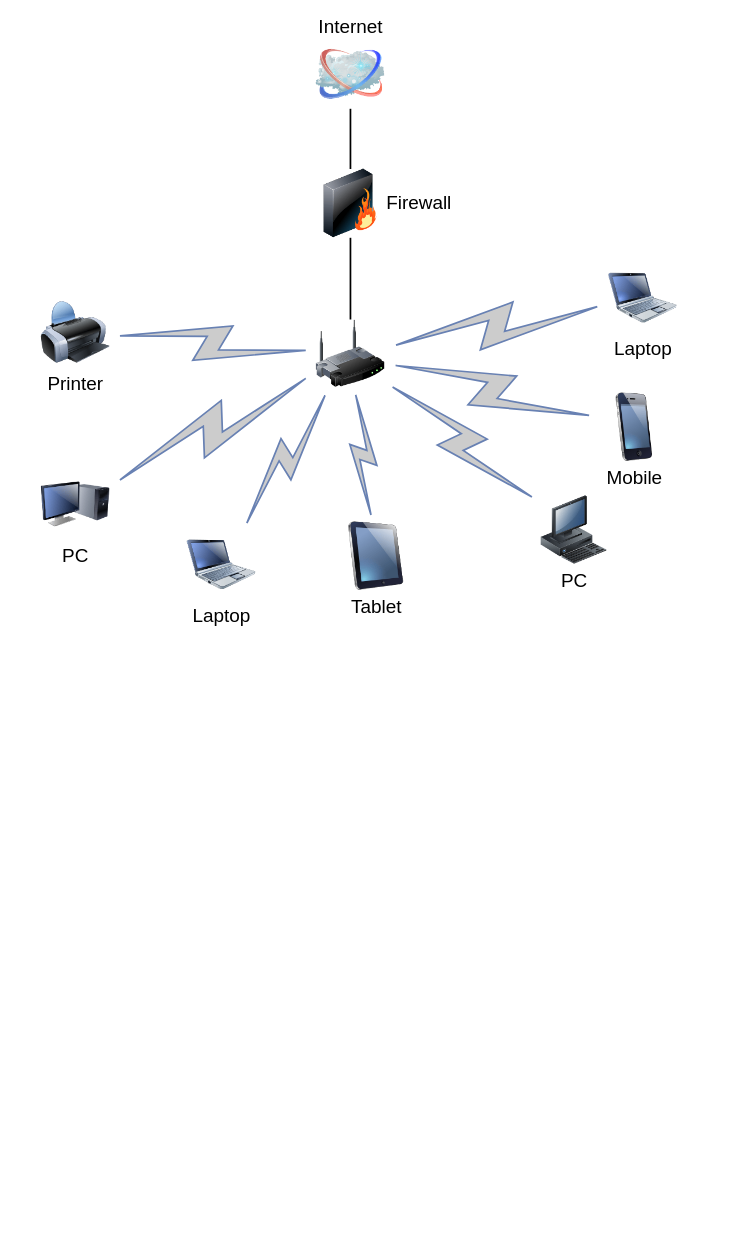
omkardai/omkardai keeps this draw.io diagram as Untitled Diagram.drawio. Above is the earlier version. Source tidied: cells renumbered, new cells numbered last; positions are measured from the earlier drawing's top-left corner, leaving out a move shared by most shapes. Both pictures are drawn from the tidied source at 86%, with x=0, y=0 at pixel (40, 40).
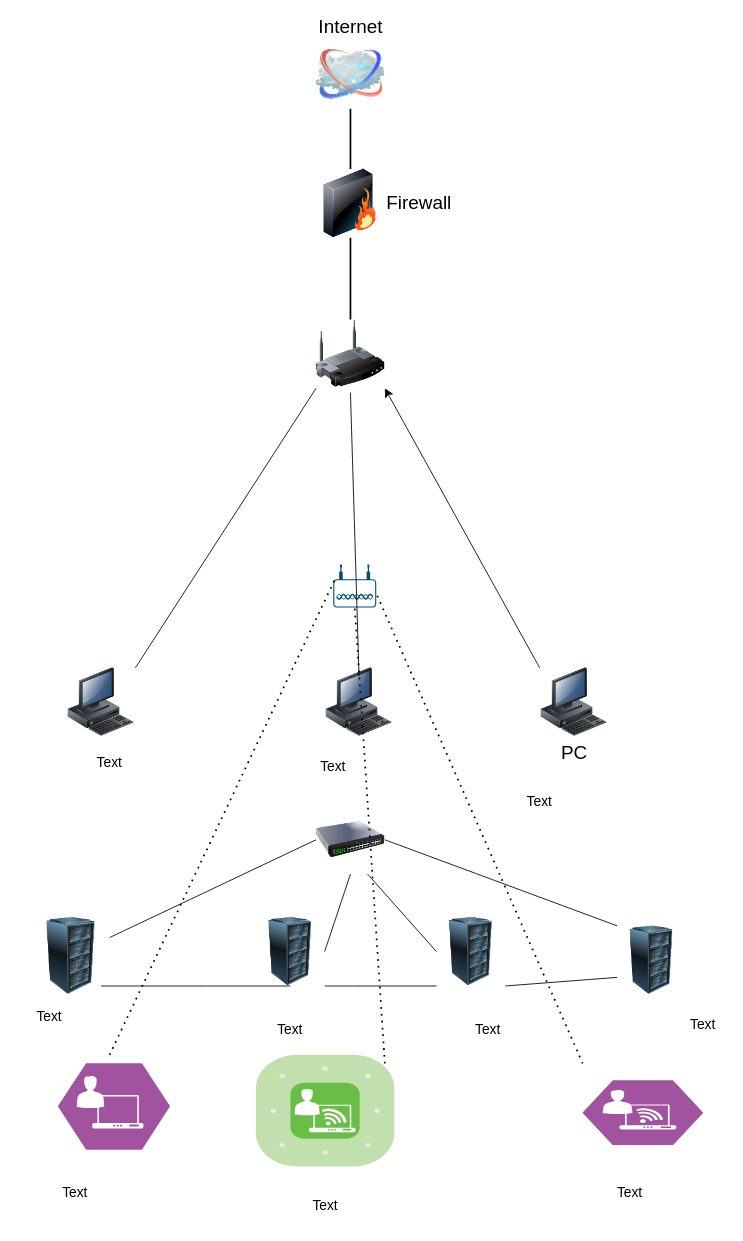
Above is the later version.

The change refers to these unchanged cells:
```xml
<mxCell id="3" style="image;html=1;labelBackgroundColor=#ffffff;image=img/lib/clip_art/networking/Wireless_Router_128x128.png;rounded=1;shadow=0;comic=0;strokeWidth=2;fontSize=22;" parent="1" vertex="1">
  <mxGeometry x="320" y="325" width="80" height="80" as="geometry" />
</mxCell>
```

What changed in the source:
```diff
@@
-    <mxCell id="7" value="Tablet" style="image;html=1;labelBackgroundColor=#ffffff;image=img/lib/clip_art/computers/iPad_128x128.png;rounded=1;shadow=0;comic=0;strokeWidth=2;fontSize=22;" parent="1" vertex="1">
-      <mxGeometry x="350" y="560" width="80" height="80" as="geometry" />
-    </mxCell>
-    <mxCell id="8" value="PC" style="image;html=1;labelBackgroundColor=#ffffff;image=img/lib/clip_art/computers/Monitor_Tower_128x128.png;rounded=1;shadow=0;comic=0;strokeWidth=2;fontSize=22;" parent="1" vertex="1">
-      <mxGeometry y="500" width="80" height="80" as="geometry" />
-    </mxCell>
-    <mxCell id="9" value="Printer" style="image;html=1;labelBackgroundColor=#ffffff;image=img/lib/clip_art/computers/Printer_128x128.png;rounded=1;shadow=0;comic=0;strokeWidth=2;fontSize=22;" parent="1" vertex="1">
-      <mxGeometry y="300" width="80" height="80" as="geometry" />
-    </mxCell>
     <mxCell id="10" value="PC" style="image;html=1;labelBackgroundColor=#ffffff;image=img/lib/clip_art/computers/Workstation_128x128.png;rounded=1;shadow=0;comic=0;strokeWidth=2;fontSize=22;" parent="1" vertex="1">
-      <mxGeometry x="580" y="530" width="80" height="80" as="geometry" />
+      <mxGeometry x="580" y="730" width="80" height="80" as="geometry" />
     </mxCell>
-    <mxCell id="11" value="Mobile" style="image;html=1;labelBackgroundColor=#ffffff;image=img/lib/clip_art/telecommunication/iPhone_128x128.png;rounded=1;shadow=0;comic=0;strokeWidth=2;fontSize=22;" parent="1" vertex="1">
-      <mxGeometry x="650" y="410" width="80" height="80" as="geometry" />
-    </mxCell>
-    <mxCell id="12" value="Laptop" style="image;html=1;labelBackgroundColor=#ffffff;image=img/lib/clip_art/computers/Netbook_128x128.png;rounded=1;shadow=0;comic=0;strokeColor=#000000;strokeWidth=2;fillColor=#FFFFFF;fontSize=22;fontColor=#000000;" parent="1" vertex="1">
-      <mxGeometry x="660" y="260" width="80" height="80" as="geometry" />
-    </mxCell>
-    <mxCell id="13" value="Laptop" style="image;html=1;labelBackgroundColor=#ffffff;image=img/lib/clip_art/computers/Netbook_128x128.png;rounded=1;shadow=0;comic=0;strokeWidth=2;fontSize=22;" parent="1" vertex="1">
-      <mxGeometry x="170" y="570" width="80" height="80" as="geometry" />
-    </mxCell>
-    <mxCell id="14" style="html=1;fillColor=#CCCCCC;strokeColor=#6881B3;gradientColor=none;gradientDirection=north;strokeWidth=2;shape=mxgraph.networks.comm_link_edge;html=1;labelBackgroundColor=none;endArrow=none;fontFamily=Verdana;fontSize=22;fontColor=#000000;" parent="1" edge="1" source="9" target="3">
-      <mxGeometry relative="1" as="geometry" />
-    </mxCell>
-    <mxCell id="15" style="html=1;fillColor=#CCCCCC;strokeColor=#6881B3;gradientColor=none;gradientDirection=north;strokeWidth=2;shape=mxgraph.networks.comm_link_edge;html=1;labelBackgroundColor=none;endArrow=none;fontFamily=Verdana;fontSize=22;fontColor=#000000;fontStyle=1;" parent="1" edge="1" source="8" target="3">
-      <mxGeometry relative="1" as="geometry" />
-    </mxCell>
-    <mxCell id="16" style="html=1;fillColor=#CCCCCC;strokeColor=#6881B3;gradientColor=none;gradientDirection=north;strokeWidth=2;shape=mxgraph.networks.comm_link_edge;html=1;labelBackgroundColor=none;endArrow=none;fontFamily=Verdana;fontSize=22;fontColor=#000000;" parent="1" edge="1" source="13" target="3">
-      <mxGeometry relative="1" as="geometry" />
-    </mxCell>
-    <mxCell id="17" style="html=1;fillColor=#CCCCCC;strokeColor=#6881B3;gradientColor=none;gradientDirection=north;strokeWidth=2;shape=mxgraph.networks.comm_link_edge;html=1;labelBackgroundColor=none;endArrow=none;fontFamily=Verdana;fontSize=22;fontColor=#000000;" parent="1" edge="1" source="7" target="3">
-      <mxGeometry relative="1" as="geometry" />
-    </mxCell>
+    <mxCell id="21" style="image;html=1;image=img/lib/clip_art/networking/Switch_128x128.png;" parent="1" vertex="1">
+      <mxGeometry x="320" y="890" width="80" height="80" as="geometry" />
+    </mxCell>
+    <mxCell id="22" style="image;html=1;image=img/lib/clip_art/computers/Server_Rack_128x128.png;" parent="1" vertex="1">
+      <mxGeometry x="-10" y="1020" width="90" height="90" as="geometry" />
+    </mxCell>
+    <mxCell id="23" style="image;html=1;image=img/lib/clip_art/computers/Server_Rack_128x128.png;" parent="1" vertex="1">
+      <mxGeometry x="250" y="1020" width="80" height="80" as="geometry" />
+    </mxCell>
+    <mxCell id="24" style="image;html=1;image=img/lib/clip_art/computers/Server_Rack_128x128.png;" parent="1" vertex="1">
+      <mxGeometry x="460" y="1020" width="80" height="80" as="geometry" />
+    </mxCell>
-    <mxCell id="18" style="html=1;fillColor=#CCCCCC;strokeColor=#6881B3;gradientColor=none;gradientDirection=north;strokeWidth=2;shape=mxgraph.networks.comm_link_edge;html=1;labelBackgroundColor=none;endArrow=none;fontFamily=Verdana;fontSize=22;fontColor=#000000;" parent="1" edge="1" source="10" target="3">
+    <mxCell id="18" style="edgeStyle=none;curved=1;rounded=0;jettySize=auto;html=1;exitX=0;exitY=0;exitDx=0;exitDy=0;entryX=1;entryY=1;entryDx=0;entryDy=0;fontSize=12;startSize=8;endSize=8;" parent="1" edge="1" source="10" target="3">
       <mxGeometry relative="1" as="geometry" />
     </mxCell>
-    <mxCell id="19" style="html=1;fillColor=#CCCCCC;strokeColor=#6881B3;gradientColor=none;gradientDirection=north;strokeWidth=2;shape=mxgraph.networks.comm_link_edge;html=1;labelBackgroundColor=none;endArrow=none;fontFamily=Verdana;fontSize=22;fontColor=#000000;" parent="1" edge="1" source="11" target="3">
-      <mxGeometry relative="1" as="geometry" />
-    </mxCell>
-    <mxCell id="20" style="html=1;fillColor=#CCCCCC;strokeColor=#6881B3;gradientColor=none;gradientDirection=north;strokeWidth=2;shape=mxgraph.networks.comm_link_edge;html=1;labelBackgroundColor=none;endArrow=none;fontFamily=Verdana;fontSize=22;fontColor=#000000;" parent="1" edge="1" source="12" target="3">
-      <mxGeometry relative="1" as="geometry" />
-    </mxCell>
+    <mxCell id="25" style="image;html=1;image=img/lib/clip_art/computers/Server_Rack_128x128.png;" parent="1" vertex="1">
+      <mxGeometry x="670" y="1030" width="80" height="80" as="geometry" />
+    </mxCell>
+    <mxCell id="26" style="image;html=1;image=img/lib/clip_art/computers/Workstation_128x128.png;" parent="1" vertex="1">
+      <mxGeometry x="330" y="730" width="80" height="80" as="geometry" />
+    </mxCell>
+    <mxCell id="27" style="image;html=1;image=img/lib/clip_art/computers/Workstation_128x128.png;" parent="1" vertex="1">
+      <mxGeometry x="30" y="730" width="80" height="80" as="geometry" />
+    </mxCell>
+    <mxCell id="28" style="points=[[0.03,0.36,0],[0.18,0,0],[0.5,0.34,0],[0.82,0,0],[0.97,0.36,0],[1,0.67,0],[0.975,0.975,0],[0.5,1,0],[0.025,0.975,0],[0,0.67,0]];verticalLabelPosition=bottom;sketch=0;html=1;verticalAlign=top;align=center;shape=mxgraph.cisco19.wireless_access_point;fillColor=#005073;strokeColor=none;" parent="1" vertex="1">
+      <mxGeometry x="340" y="610" width="50" height="50" as="geometry" />
+    </mxCell>
+    <mxCell id="29" style="endArrow=none;html=1;rounded=0;fontSize=12;startSize=8;endSize=8;curved=1;exitX=1;exitY=0;exitDx=0;exitDy=0;entryX=0;entryY=1;entryDx=0;entryDy=0;" parent="1" edge="1" source="27" target="3">
+      <mxGeometry relative="1" as="geometry" />
+    </mxCell>
+    <mxCell id="30" style="endArrow=none;dashed=1;html=1;dashPattern=1 3;strokeWidth=2;rounded=0;fontSize=12;startSize=8;endSize=8;curved=1;exitX=0.5;exitY=0;exitDx=0;exitDy=0;entryX=0.5;entryY=1;entryDx=0;entryDy=0;entryPerimeter=0;" parent="1" edge="1" target="28">
+      <mxGeometry relative="1" as="geometry">
+        <mxPoint x="400" y="1190" as="sourcePoint" />
+      </mxGeometry>
+    </mxCell>
+    <mxCell id="31" style="endArrow=none;dashed=1;html=1;dashPattern=1 3;strokeWidth=2;rounded=0;fontSize=12;startSize=8;endSize=8;curved=1;exitX=0.5;exitY=0;exitDx=0;exitDy=0;entryX=1;entryY=0.67;entryDx=0;entryDy=0;entryPerimeter=0;" parent="1" edge="1" target="28">
+      <mxGeometry relative="1" as="geometry">
+        <mxPoint x="630" y="1190" as="sourcePoint" />
+      </mxGeometry>
+    </mxCell>
+    <mxCell id="32" style="verticalLabelPosition=bottom;sketch=0;html=1;fillColor=#A153A0;strokeColor=#ffffff;verticalAlign=top;align=center;shape=mxgraph.cisco_safe.compositeIcon;bgIcon=mxgraph.cisco_safe.design.blank_device;resIcon=mxgraph.cisco_safe.design.corporate_device;" parent="1" vertex="1">
+      <mxGeometry x="20" y="1190" width="130" height="100" as="geometry" />
+    </mxCell>
+    <mxCell id="33" style="verticalLabelPosition=bottom;sketch=0;html=1;fillColor=#6ABD46;strokeColor=#ffffff;verticalAlign=top;align=center;shape=mxgraph.cisco_safe.compositeIcon;bgIcon=mxgraph.cisco_safe.architecture.generic_appliance;resIcon=mxgraph.cisco_safe.architecture.corporate_device;" parent="1" vertex="1">
+      <mxGeometry x="250" y="1180" width="161" height="130" as="geometry" />
+    </mxCell>
+    <mxCell id="34" style="verticalLabelPosition=bottom;sketch=0;html=1;fillColor=#A153A0;strokeColor=#ffffff;verticalAlign=top;align=center;shape=mxgraph.cisco_safe.compositeIcon;bgIcon=mxgraph.cisco_safe.design.blank_device;resIcon=mxgraph.cisco_safe.design.wireless_corporate_device;" parent="1" vertex="1">
+      <mxGeometry x="630" y="1210" width="140" height="75" as="geometry" />
+    </mxCell>
+    <mxCell id="35" value="Text" style="text;html=1;align=center;verticalAlign=middle;whiteSpace=wrap;rounded=0;fontSize=16;" parent="1" vertex="1">
+      <mxGeometry x="290" y="820" width="100" height="50" as="geometry" />
+    </mxCell>
+    <mxCell id="36" value="Text" style="text;html=1;align=center;verticalAlign=middle;whiteSpace=wrap;rounded=0;fontSize=16;" parent="1" vertex="1">
+      <mxGeometry x="30" y="820" width="100" height="40" as="geometry" />
+    </mxCell>
+    <mxCell id="37" value="Text" style="text;html=1;align=center;verticalAlign=middle;whiteSpace=wrap;rounded=0;fontSize=16;" parent="1" vertex="1">
+      <mxGeometry x="-20" y="1120" width="60" height="30" as="geometry" />
+    </mxCell>
+    <mxCell id="38" value="Text" style="text;html=1;align=center;verticalAlign=middle;whiteSpace=wrap;rounded=0;fontSize=16;" parent="1" vertex="1">
+      <mxGeometry x="260" y="1135" width="60" height="30" as="geometry" />
+    </mxCell>
+    <mxCell id="39" value="Text" style="text;html=1;align=center;verticalAlign=middle;whiteSpace=wrap;rounded=0;fontSize=16;" parent="1" vertex="1">
+      <mxGeometry x="490" y="1135" width="60" height="30" as="geometry" />
+    </mxCell>
+    <mxCell id="40" value="Text" style="text;html=1;align=center;verticalAlign=middle;whiteSpace=wrap;rounded=0;fontSize=16;" parent="1" vertex="1">
+      <mxGeometry x="740" y="1130" width="60" height="30" as="geometry" />
+    </mxCell>
+    <mxCell id="41" value="Text" style="text;html=1;align=center;verticalAlign=middle;whiteSpace=wrap;rounded=0;fontSize=16;" parent="1" vertex="1">
+      <mxGeometry x="-30" y="1320" width="140" height="40" as="geometry" />
+    </mxCell>
+    <mxCell id="42" value="Text" style="text;html=1;align=center;verticalAlign=middle;whiteSpace=wrap;rounded=0;fontSize=16;" parent="1" vertex="1">
+      <mxGeometry x="300.5" y="1330" width="60" height="50" as="geometry" />
+    </mxCell>
+    <mxCell id="43" value="Text" style="text;html=1;align=center;verticalAlign=middle;whiteSpace=wrap;rounded=0;fontSize=16;" parent="1" vertex="1">
+      <mxGeometry x="640" y="1320" width="90" height="40" as="geometry" />
+    </mxCell>
+    <mxCell id="44" style="endArrow=none;dashed=1;html=1;dashPattern=1 3;strokeWidth=2;rounded=0;fontSize=12;startSize=8;endSize=8;curved=1;entryX=0.03;entryY=0.36;entryDx=0;entryDy=0;entryPerimeter=0;" parent="1" edge="1" target="28">
+      <mxGeometry relative="1" as="geometry">
+        <mxPoint x="80" y="1180" as="sourcePoint" />
+      </mxGeometry>
+    </mxCell>
+    <mxCell id="45" value="Text" style="text;html=1;align=center;verticalAlign=middle;whiteSpace=wrap;rounded=0;fontSize=16;" parent="1" vertex="1">
+      <mxGeometry x="510" y="860" width="140" height="50" as="geometry" />
+    </mxCell>
+    <mxCell id="46" style="endArrow=none;html=1;rounded=0;fontSize=12;startSize=8;endSize=8;curved=1;" parent="1" edge="1">
+      <mxGeometry relative="1" as="geometry">
+        <mxPoint x="370" y="740" as="sourcePoint" />
+        <mxPoint x="360" y="410" as="targetPoint" />
+      </mxGeometry>
+    </mxCell>
+    <mxCell id="47" style="endArrow=none;html=1;rounded=0;fontSize=12;startSize=8;endSize=8;curved=1;entryX=0.5;entryY=1;entryDx=0;entryDy=0;" parent="1" edge="1" target="23">
+      <mxGeometry relative="1" as="geometry">
+        <mxPoint x="70" y="1100" as="sourcePoint" />
+        <Array as="points">
+          <mxPoint x="70" y="1100" />
+        </Array>
+      </mxGeometry>
+    </mxCell>
+    <mxCell id="48" style="endArrow=none;html=1;rounded=0;fontSize=12;startSize=8;endSize=8;curved=1;exitX=1;exitY=1;exitDx=0;exitDy=0;entryX=0;entryY=1;entryDx=0;entryDy=0;" parent="1" edge="1" source="23" target="24">
+      <mxGeometry relative="1" as="geometry" />
+    </mxCell>
+    <mxCell id="49" style="endArrow=none;html=1;rounded=0;fontSize=12;startSize=8;endSize=8;curved=1;exitX=1;exitY=1;exitDx=0;exitDy=0;entryX=0;entryY=0.75;entryDx=0;entryDy=0;" parent="1" edge="1" source="24" target="25">
+      <mxGeometry relative="1" as="geometry" />
+    </mxCell>
+    <mxCell id="50" style="endArrow=none;html=1;rounded=0;fontSize=12;startSize=8;endSize=8;curved=1;entryX=0;entryY=0.5;entryDx=0;entryDy=0;" parent="1" edge="1" source="22" target="21">
+      <mxGeometry relative="1" as="geometry" />
+    </mxCell>
+    <mxCell id="51" style="endArrow=none;html=1;rounded=0;fontSize=12;startSize=8;endSize=8;curved=1;exitX=1;exitY=0.5;exitDx=0;exitDy=0;entryX=0.5;entryY=1;entryDx=0;entryDy=0;" parent="1" edge="1" source="23" target="21">
+      <mxGeometry relative="1" as="geometry" />
+    </mxCell>
+    <mxCell id="52" style="endArrow=none;html=1;rounded=0;fontSize=12;startSize=8;endSize=8;curved=1;exitX=0.75;exitY=1;exitDx=0;exitDy=0;entryX=0;entryY=0.5;entryDx=0;entryDy=0;" parent="1" edge="1" source="21" target="24">
+      <mxGeometry relative="1" as="geometry" />
+    </mxCell>
+    <mxCell id="53" style="endArrow=none;html=1;rounded=0;fontSize=12;startSize=8;endSize=8;curved=1;exitX=1;exitY=0.5;exitDx=0;exitDy=0;entryX=0;entryY=0;entryDx=0;entryDy=0;" parent="1" edge="1" source="21" target="25">
+      <mxGeometry relative="1" as="geometry" />
+    </mxCell>
```
